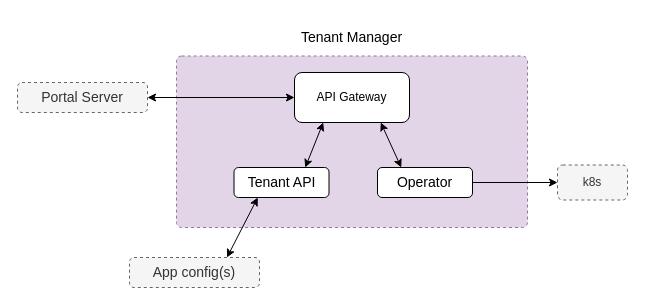
This is page "Tenant Manager" (3 of 4) of design.drawio from rwwiv/api-design-challenge, a draw.io file, before an edit. Source tidied: cells renumbered, new cells numbered last; positions are measured from the earlier drawing's top-left corner, leaving out a move shared by most shapes. Both pictures are drawn from the tidied source at 100%, with x=0, y=0 at pixel (17, 17).
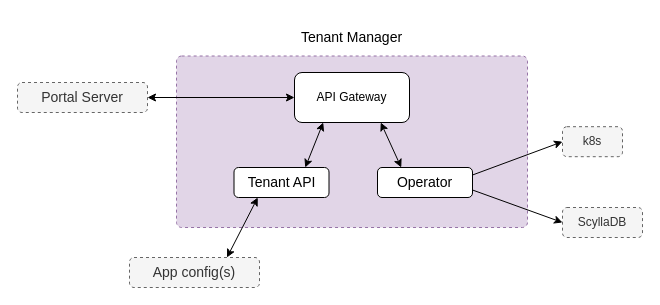
The same diagram, later.

Diff of the diagram source:
```diff
@@
 <mxGraphModel>
   <root>
     <mxCell id="0" />
     <mxCell id="1" parent="0" />
     <mxCell id="2" style="rounded=1;whiteSpace=wrap;html=1;strokeWidth=1;fontSize=18;fillColor=#e1d5e7;strokeColor=#9673a6;arcSize=3;dashed=1;" parent="1" vertex="1">
       <mxGeometry x="159" y="38.5" width="351" height="171.5" as="geometry" />
     </mxCell>
     <mxCell id="3" value="&lt;font style=&quot;font-size: 14px;&quot;&gt;Tenant Manager&lt;br&gt;&lt;/font&gt;" style="text;html=1;strokeColor=none;fillColor=none;align=center;verticalAlign=middle;whiteSpace=wrap;rounded=0;fontSize=18;" parent="1" vertex="1">
       <mxGeometry x="242" width="185" height="38.5" as="geometry" />
     </mxCell>
     <mxCell id="4" value="Operator" style="rounded=1;whiteSpace=wrap;html=1;strokeWidth=1;fontSize=14;labelBackgroundColor=none;fontFamily=Helvetica;" parent="1" vertex="1">
       <mxGeometry x="360" y="150" width="95" height="30" as="geometry" />
     </mxCell>
     <mxCell id="5" style="endArrow=classic;startArrow=classic;html=1;rounded=0;strokeWidth=1;fontFamily=Helvetica;fontSize=14;fontColor=default;entryX=0.75;entryY=1;entryDx=0;entryDy=0;exitX=0.25;exitY=0;exitDx=0;exitDy=0;" parent="1" edge="1" source="4" target="8">
       <mxGeometry relative="1" as="geometry" />
     </mxCell>
     <mxCell id="6" style="endArrow=classic;startArrow=classic;html=1;rounded=0;strokeWidth=1;fontFamily=Helvetica;fontSize=14;fontColor=default;entryX=0;entryY=0.5;entryDx=0;entryDy=0;exitX=1;exitY=0.5;exitDx=0;exitDy=0;" parent="1" edge="1" source="7" target="8">
       <mxGeometry relative="1" as="geometry" />
     </mxCell>
     <mxCell id="7" value="Portal Server" style="rounded=1;whiteSpace=wrap;html=1;strokeWidth=1;fontSize=14;fillColor=#f5f5f5;labelBackgroundColor=none;strokeColor=#666666;fontFamily=Helvetica;fontColor=#333333;dashed=1;" parent="1" vertex="1">
       <mxGeometry y="65" width="130" height="30" as="geometry" />
     </mxCell>
     <mxCell id="8" value="API Gateway" style="rounded=1;whiteSpace=wrap;html=1;strokeWidth=1;fontSize=12;" parent="1" vertex="1">
       <mxGeometry x="277" y="55" width="115" height="50" as="geometry" />
     </mxCell>
     <mxCell id="9" value="Tenant API" style="rounded=1;whiteSpace=wrap;html=1;strokeWidth=1;fontSize=14;labelBackgroundColor=none;fontFamily=Helvetica;" parent="1" vertex="1">
       <mxGeometry x="216.5" y="150" width="95" height="30" as="geometry" />
     </mxCell>
     <mxCell id="10" style="endArrow=classic;startArrow=classic;html=1;rounded=0;strokeWidth=1;fontFamily=Helvetica;fontSize=12;fontColor=#000000;entryX=0.25;entryY=1;entryDx=0;entryDy=0;exitX=0.75;exitY=0;exitDx=0;exitDy=0;" parent="1" edge="1" source="9" target="8">
       <mxGeometry relative="1" as="geometry" />
     </mxCell>
-    <mxCell id="11" style="endArrow=classic;html=1;rounded=0;strokeWidth=1;fontFamily=Helvetica;fontSize=12;fontColor=#000000;exitX=1;exitY=0.5;exitDx=0;exitDy=0;entryX=0;entryY=0.5;entryDx=0;entryDy=0;" parent="1" edge="1" source="4" target="12">
+    <mxCell id="11" style="endArrow=classic;html=1;rounded=0;strokeWidth=1;fontFamily=Helvetica;fontSize=12;fontColor=#000000;exitX=1;exitY=0.25;exitDx=0;exitDy=0;entryX=0;entryY=0.5;entryDx=0;entryDy=0;" parent="1" edge="1" source="4" target="12">
       <mxGeometry relative="1" as="geometry" />
     </mxCell>
     <mxCell id="12" value="k8s" style="rounded=1;whiteSpace=wrap;html=1;labelBackgroundColor=none;strokeColor=#666666;strokeWidth=1;fontFamily=Helvetica;fontSize=12;fontColor=#333333;fillColor=#f5f5f5;dashed=1;" parent="1" vertex="1">
-      <mxGeometry x="540" y="147.5" width="70" height="35" as="geometry" />
+      <mxGeometry x="545" y="109.2" width="60" height="30" as="geometry" />
     </mxCell>
     <mxCell id="13" style="endArrow=classic;html=1;rounded=0;strokeWidth=1;fontFamily=Helvetica;fontSize=12;fontColor=#000000;exitX=0.25;exitY=1;exitDx=0;exitDy=0;entryX=0.75;entryY=0;entryDx=0;entryDy=0;startArrow=classic;startFill=1;" parent="1" edge="1" source="9" target="14">
       <mxGeometry relative="1" as="geometry" />
     </mxCell>
     <mxCell id="14" value="App config(s)" style="rounded=1;whiteSpace=wrap;html=1;strokeWidth=1;fontSize=14;fillColor=#f5f5f5;labelBackgroundColor=none;strokeColor=#666666;fontFamily=Helvetica;fontColor=#333333;dashed=1;" parent="1" vertex="1">
       <mxGeometry x="112" y="240" width="130" height="30" as="geometry" />
     </mxCell>
+    <mxCell id="15" value="ScyllaDB" style="rounded=1;whiteSpace=wrap;html=1;labelBackgroundColor=none;strokeColor=#666666;strokeWidth=1;fontFamily=Helvetica;fontSize=12;fontColor=#333333;fillColor=#f5f5f5;dashed=1;" parent="1" vertex="1">
+      <mxGeometry x="545" y="190" width="80" height="30" as="geometry" />
+    </mxCell>
+    <mxCell id="16" style="endArrow=classic;html=1;rounded=0;exitX=1;exitY=0.75;exitDx=0;exitDy=0;entryX=0;entryY=0.5;entryDx=0;entryDy=0;" parent="1" edge="1" source="4" target="15">
+      <mxGeometry relative="1" as="geometry" />
+    </mxCell>
   </root>
 </mxGraphModel>
```
